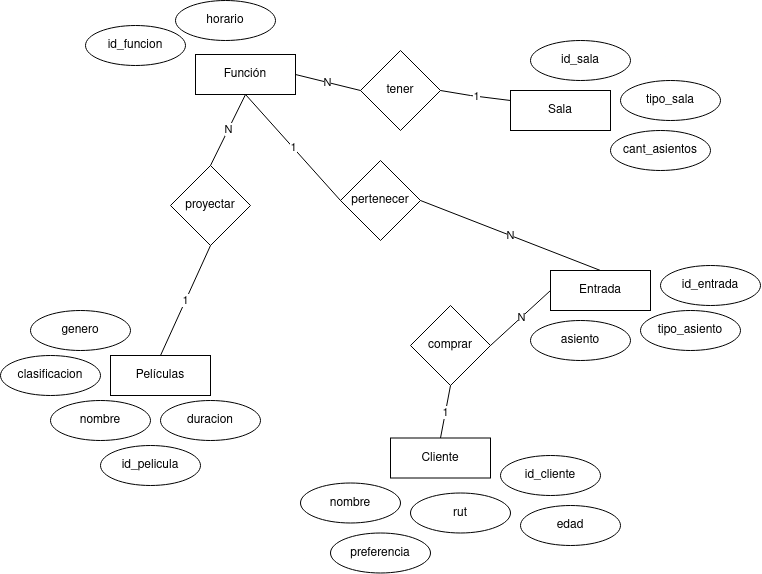
zetastormy/info133-trufadas keeps this draw.io diagram as diagramas_relacionales/G2.png. Above is the earlier version. Source tidied: cells renumbered, new cells last; positions are measured from the earlier drawing's top-left corner, leaving out a move shared by most shapes.
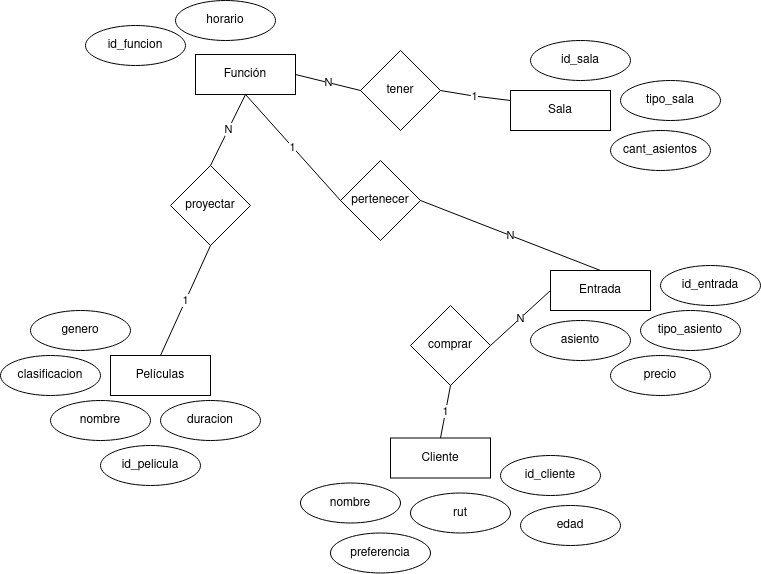
After the change.

Commit message:
Añadir atributo faltante a entidad de G2

Diff of the diagram source:
```diff
@@ -111,5 +111,8 @@
     <mxCell id="36" value="N" style="endArrow=none;html=1;rounded=0;entryX=0;entryY=0.5;entryDx=0;entryDy=0;exitX=1;exitY=0.5;exitDx=0;exitDy=0;" parent="1" edge="1" source="22" target="28">
       <mxGeometry relative="1" as="geometry" />
     </mxCell>
+    <mxCell id="37" value="precio" style="ellipse;whiteSpace=wrap;html=1;" parent="1" vertex="1">
+      <mxGeometry x="610" y="355" width="100" height="40" as="geometry" />
+    </mxCell>
   </root>
 </mxGraphModel>
```
